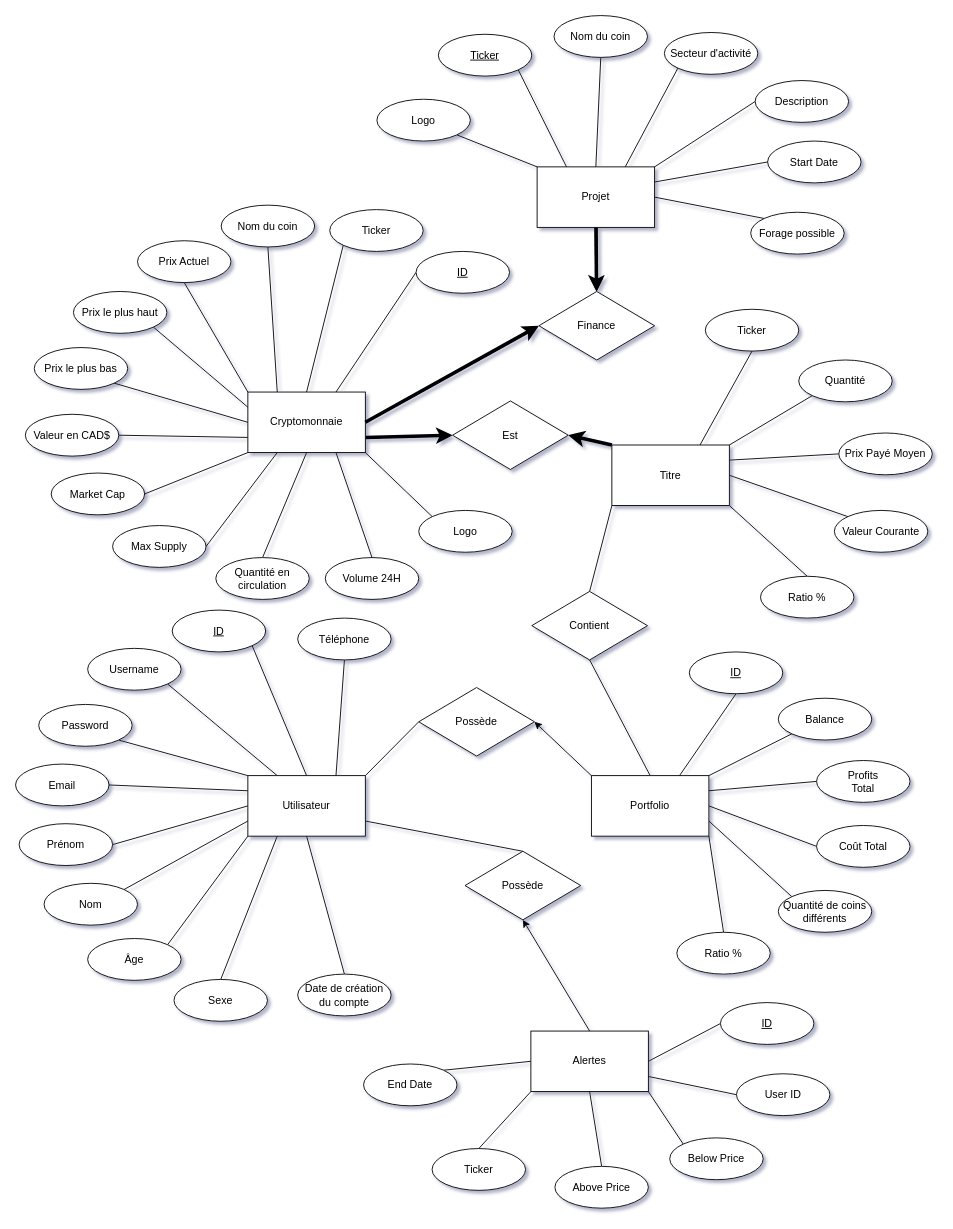
Before: Rapport/Entite-Relation.drawio in matreurai/GLO-2005, a draw.io diagram. Source tidied: cells renumbered, new cells numbered last; positions are measured from the earlier drawing's top-left corner, leaving out a move shared by most shapes. Both pictures are drawn from the tidied source at 89%, with x=0, y=0 at pixel (15, 15).
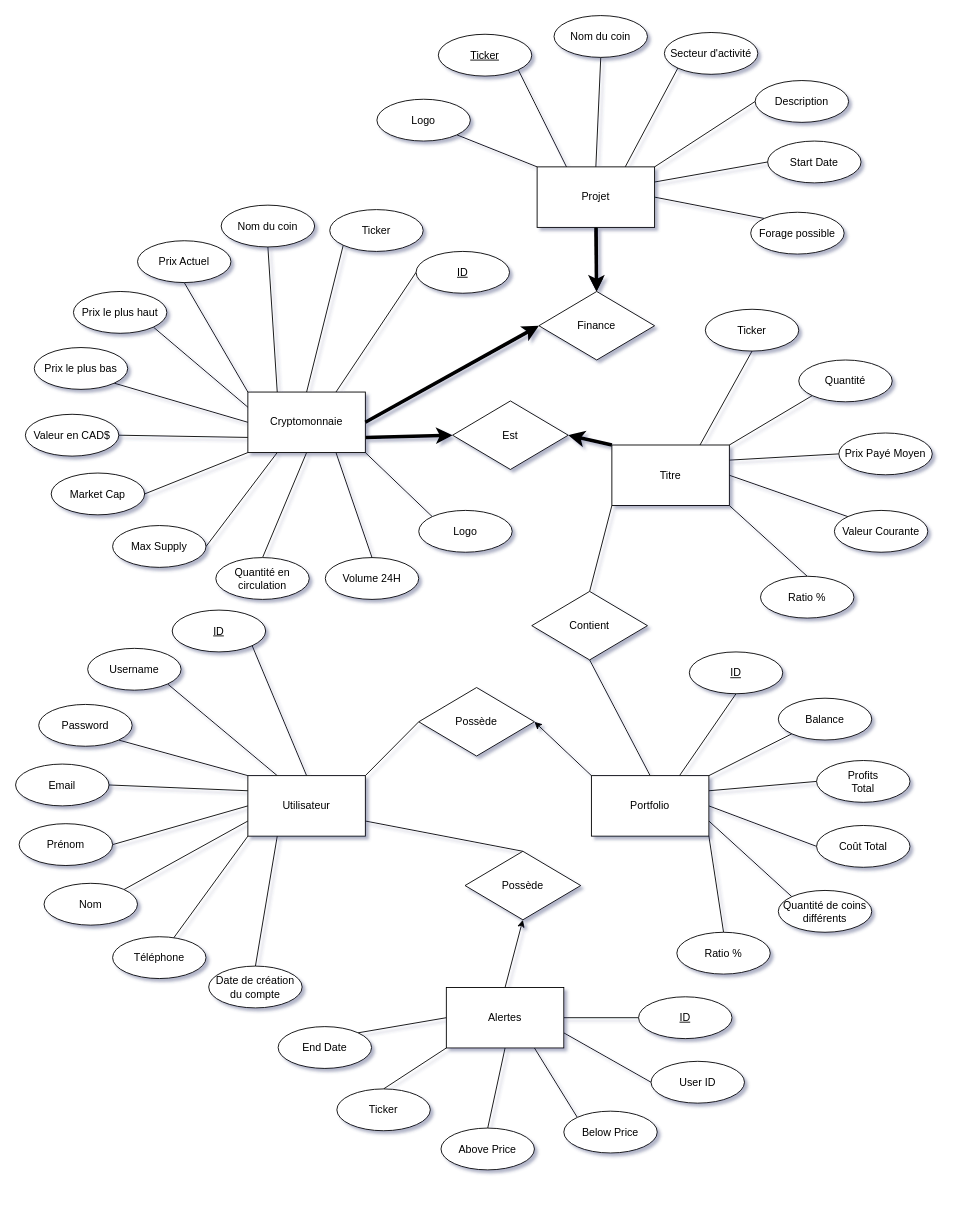
The same page after the edit.

Commit message:
Delete du Sexe et Age dans t_utilisateur

The change refers to these unchanged cells:
```xml
<mxCell id="15" value="Utilisateur" style="rounded=0;whiteSpace=wrap;html=1;" parent="1" vertex="1">
  <mxGeometry x="261" y="854" width="132" height="68" as="geometry" />
</mxCell>
```

Change to the diagram source:
```diff
@@
-    <mxCell id="9" style="edgeStyle=none;rounded=0;jettySize=auto;html=1;exitX=0;exitY=1;exitDx=0;exitDy=0;entryX=1;entryY=0;entryDx=0;entryDy=0;endArrow=none;endFill=0;" parent="1" edge="1" source="15" target="21">
-      <mxGeometry relative="1" as="geometry" />
-    </mxCell>
-    <mxCell id="10" style="edgeStyle=none;rounded=0;jettySize=auto;html=1;exitX=0.25;exitY=1;exitDx=0;exitDy=0;entryX=0.5;entryY=0;entryDx=0;entryDy=0;endArrow=none;endFill=0;" parent="1" edge="1" source="15" target="22">
-      <mxGeometry relative="1" as="geometry" />
-    </mxCell>
-    <mxCell id="11" style="edgeStyle=none;rounded=0;jettySize=auto;html=1;exitX=0.5;exitY=1;exitDx=0;exitDy=0;entryX=0.5;entryY=0;entryDx=0;entryDy=0;endArrow=none;endFill=0;" parent="1" edge="1" source="15" target="23">
+    <mxCell id="11" style="edgeStyle=none;rounded=0;jettySize=auto;html=1;exitX=0.25;exitY=1;exitDx=0;exitDy=0;entryX=0.5;entryY=0;entryDx=0;entryDy=0;endArrow=none;endFill=0;" parent="1" edge="1" source="15" target="23">
       <mxGeometry relative="1" as="geometry" />
     </mxCell>
@@
-    <mxCell id="14" style="edgeStyle=none;rounded=0;jettySize=auto;html=1;exitX=0.75;exitY=0;exitDx=0;exitDy=0;endArrow=none;endFill=0;entryX=0.5;entryY=1;entryDx=0;entryDy=0;" parent="1" edge="1" source="15" target="84">
+    <mxCell id="14" style="rounded=0;jettySize=auto;html=1;exitX=0;exitY=1;exitDx=0;exitDy=0;endArrow=none;endFill=0;" parent="1" edge="1" source="15" target="84">
       <mxGeometry relative="1" as="geometry" />
     </mxCell>
@@
-    <mxCell id="21" value="Âge" style="ellipse;whiteSpace=wrap;html=1;" parent="1" vertex="1">
-      <mxGeometry x="81" y="1037" width="105" height="47" as="geometry" />
-    </mxCell>
-    <mxCell id="22" value="Sexe" style="ellipse;whiteSpace=wrap;html=1;" parent="1" vertex="1">
-      <mxGeometry x="178" y="1083" width="105" height="47" as="geometry" />
-    </mxCell>
     <mxCell id="23" value="Date de création du compte" style="ellipse;whiteSpace=wrap;html=1;" parent="1" vertex="1">
-      <mxGeometry x="317" y="1077" width="105" height="47" as="geometry" />
+      <mxGeometry x="217" y="1068" width="105" height="47" as="geometry" />
     </mxCell>
@@
     <mxCell id="84" value="Téléphone" style="ellipse;whiteSpace=wrap;html=1;" parent="1" vertex="1">
-      <mxGeometry x="317" y="677" width="105" height="47" as="geometry" />
+      <mxGeometry x="109" y="1035" width="105" height="47" as="geometry" />
     </mxCell>
@@
-    <mxCell id="101" style="edgeStyle=none;rounded=0;jettySize=auto;html=1;exitX=1;exitY=1;exitDx=0;exitDy=0;entryX=0;entryY=0;entryDx=0;entryDy=0;endArrow=none;endFill=0;" parent="1" edge="1" source="106" target="111">
+    <mxCell id="101" style="edgeStyle=none;rounded=0;jettySize=auto;html=1;exitX=0.75;exitY=1;exitDx=0;exitDy=0;entryX=0;entryY=0;entryDx=0;entryDy=0;endArrow=none;endFill=0;" parent="1" edge="1" source="106" target="111">
       <mxGeometry relative="1" as="geometry" />
     </mxCell>
@@
     <mxCell id="106" value="Alertes" style="rounded=0;whiteSpace=wrap;html=1;" parent="1" vertex="1">
-      <mxGeometry x="579" y="1141" width="132" height="68" as="geometry" />
+      <mxGeometry x="484" y="1092" width="132" height="68" as="geometry" />
     </mxCell>
@@
     <mxCell id="109" value="ID" style="ellipse;whiteSpace=wrap;html=1;fontStyle=4;" parent="1" vertex="1">
-      <mxGeometry x="792" y="1109" width="105" height="47" as="geometry" />
+      <mxGeometry x="700" y="1102.5" width="105" height="47" as="geometry" />
     </mxCell>
     <mxCell id="110" value="Ticker" style="ellipse;whiteSpace=wrap;html=1;fontStyle=0;" parent="1" vertex="1">
-      <mxGeometry x="468" y="1273" width="105" height="47" as="geometry" />
+      <mxGeometry x="361" y="1206" width="105" height="47" as="geometry" />
     </mxCell>
     <mxCell id="111" value="Below Price" style="ellipse;whiteSpace=wrap;html=1;fontStyle=0;" parent="1" vertex="1">
-      <mxGeometry x="735" y="1261" width="105" height="47" as="geometry" />
+      <mxGeometry x="616" y="1231" width="105" height="47" as="geometry" />
     </mxCell>
     <mxCell id="112" value="Above Price" style="ellipse;whiteSpace=wrap;html=1;fontStyle=0;" parent="1" vertex="1">
-      <mxGeometry x="606" y="1293" width="105" height="47" as="geometry" />
+      <mxGeometry x="478" y="1250" width="105" height="47" as="geometry" />
     </mxCell>
     <mxCell id="113" value="End Date" style="ellipse;whiteSpace=wrap;html=1;fontStyle=0;" parent="1" vertex="1">
-      <mxGeometry x="391" y="1178" width="105" height="47" as="geometry" />
+      <mxGeometry x="295" y="1136" width="105" height="47" as="geometry" />
     </mxCell>
     <mxCell id="114" value="&lt;span&gt;User ID&lt;/span&gt;" style="ellipse;whiteSpace=wrap;html=1;fontStyle=0;" parent="1" vertex="1">
-      <mxGeometry x="810" y="1189" width="105" height="47" as="geometry" />
+      <mxGeometry x="714" y="1175" width="105" height="47" as="geometry" />
     </mxCell>
```
